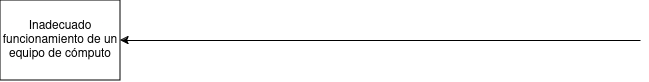
Before: college_files/state_of_art/pictures/diagrama.png, a diagram exported from draw.io (Lincunia/VME-manager). Source tidied: cells renumbered, new cells last; positions are measured from the earlier drawing's top-left corner, leaving out a move shared by most shapes. The source it was exported from:
```xml
<mxGraphModel>
  <root>
    <mxCell id="0" />
    <mxCell id="1" parent="0" />
    <mxCell id="2" value="Inadecuado funcionamiento de un equipo de cómputo" style="rounded=0;whiteSpace=wrap;html=1;" parent="1" vertex="1">
      <mxGeometry width="120" height="80" as="geometry" />
    </mxCell>
    <mxCell id="3" style="endArrow=classic;html=1;rounded=0;" parent="1" edge="1" target="2">
      <mxGeometry relative="1" as="geometry">
        <mxPoint x="640" y="40" as="sourcePoint" />
      </mxGeometry>
    </mxCell>
  </root>
</mxGraphModel>
```
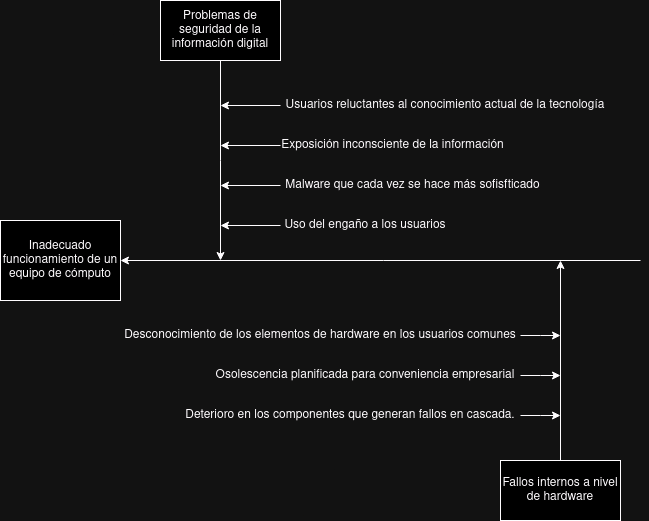
After the change.

Commit message:
finished diagram

What changed in the source:
```diff
@@ -5,10 +5,82 @@
     <mxCell id="2" value="Inadecuado funcionamiento de un equipo de cómputo" style="rounded=0;whiteSpace=wrap;html=1;" parent="1" vertex="1">
       <mxGeometry width="120" height="80" as="geometry" />
     </mxCell>
-    <mxCell id="3" style="endArrow=classic;html=1;rounded=0;" parent="1" edge="1" target="2">
-      <mxGeometry relative="1" as="geometry">
-        <mxPoint x="640" y="40" as="sourcePoint" />
-      </mxGeometry>
-    </mxCell>
+    <mxCell id="4" style="endArrow=classic;html=1;rounded=0;" parent="1" edge="1" target="2">
+      <mxGeometry relative="1" as="geometry">
+        <mxPoint x="640" y="40" as="sourcePoint" />
+      </mxGeometry>
+    </mxCell>
+    <mxCell id="5" style="edgeStyle=orthogonalEdgeStyle;rounded=0;jettySize=auto;html=1;" parent="1" edge="1" source="6">
+      <mxGeometry relative="1" as="geometry">
+        <mxPoint x="560" y="40" as="targetPoint" />
+      </mxGeometry>
+    </mxCell>
+    <mxCell id="6" value="Fallos internos a nivel de hardware" style="rounded=0;whiteSpace=wrap;html=1;" parent="1" vertex="1">
+      <mxGeometry x="500" y="240" width="120" height="60" as="geometry" />
+    </mxCell>
+    <mxCell id="7" style="edgeStyle=orthogonalEdgeStyle;rounded=0;jettySize=auto;html=1;" parent="1" edge="1" source="8">
+      <mxGeometry relative="1" as="geometry">
+        <mxPoint x="220" y="40" as="targetPoint" />
+      </mxGeometry>
+    </mxCell>
+    <mxCell id="8" value="Problemas de seguridad de la información digital" style="rounded=0;whiteSpace=wrap;html=1;" parent="1" vertex="1">
+      <mxGeometry x="160" y="-220" width="120" height="60" as="geometry" />
+    </mxCell>
+    <mxCell id="9" style="edgeStyle=orthogonalEdgeStyle;rounded=0;jettySize=auto;html=1;" parent="1" edge="1" source="10">
+      <mxGeometry relative="1" as="geometry">
+        <mxPoint x="220" y="-75" as="targetPoint" />
+      </mxGeometry>
+    </mxCell>
+    <mxCell id="10" value="Exposición inconsciente de la información" style="text;html=1;align=center;verticalAlign=middle;whiteSpace=wrap;rounded=0;" parent="1" vertex="1">
+      <mxGeometry x="280" y="-90" width="225" height="30" as="geometry" />
+    </mxCell>
+    <mxCell id="11" style="edgeStyle=orthogonalEdgeStyle;rounded=0;jettySize=auto;html=1;" parent="1" edge="1" source="12">
+      <mxGeometry relative="1" as="geometry">
+        <mxPoint x="220" y="-35" as="targetPoint" />
+      </mxGeometry>
+    </mxCell>
+    <mxCell id="12" value="Malware que cada vez se hace más sofisfticado" style="text;html=1;align=center;verticalAlign=middle;whiteSpace=wrap;rounded=0;" parent="1" vertex="1">
+      <mxGeometry x="280" y="-50" width="265" height="30" as="geometry" />
+    </mxCell>
+    <mxCell id="13" style="edgeStyle=orthogonalEdgeStyle;rounded=0;jettySize=auto;html=1;" parent="1" edge="1" source="14">
+      <mxGeometry relative="1" as="geometry">
+        <mxPoint x="220" y="5" as="targetPoint" />
+      </mxGeometry>
+    </mxCell>
+    <mxCell id="14" value="Uso del engaño a los usuarios" style="text;html=1;align=center;verticalAlign=middle;whiteSpace=wrap;rounded=0;" parent="1" vertex="1">
+      <mxGeometry x="280" y="-10" width="170" height="30" as="geometry" />
+    </mxCell>
+    <mxCell id="15" style="edgeStyle=orthogonalEdgeStyle;rounded=0;jettySize=auto;html=1;" parent="1" edge="1" source="16">
+      <mxGeometry relative="1" as="geometry">
+        <mxPoint x="220" y="-115" as="targetPoint" />
+      </mxGeometry>
+    </mxCell>
+    <mxCell id="16" value="Usuarios reluctantes al conocimiento actual de la tecnología" style="text;html=1;align=center;verticalAlign=middle;whiteSpace=wrap;rounded=0;" parent="1" vertex="1">
+      <mxGeometry x="280" y="-130" width="330" height="30" as="geometry" />
+    </mxCell>
+    <mxCell id="17" style="edgeStyle=orthogonalEdgeStyle;rounded=0;jettySize=auto;html=1;" parent="1" edge="1" source="18">
+      <mxGeometry relative="1" as="geometry">
+        <mxPoint x="560" y="115" as="targetPoint" />
+      </mxGeometry>
+    </mxCell>
+    <mxCell id="18" value="Desconocimiento de los elementos de hardware en los usuarios comunes" style="text;html=1;align=center;verticalAlign=middle;whiteSpace=wrap;rounded=0;" parent="1" vertex="1">
+      <mxGeometry x="120" y="100" width="400" height="30" as="geometry" />
+    </mxCell>
+    <mxCell id="19" style="edgeStyle=orthogonalEdgeStyle;rounded=0;jettySize=auto;html=1;" parent="1" edge="1" source="20">
+      <mxGeometry relative="1" as="geometry">
+        <mxPoint x="560" y="155" as="targetPoint" />
+      </mxGeometry>
+    </mxCell>
+    <mxCell id="20" value="Osolescencia planificada para conveniencia empresarial" style="text;html=1;align=center;verticalAlign=middle;whiteSpace=wrap;rounded=0;" parent="1" vertex="1">
+      <mxGeometry x="210" y="140" width="310" height="30" as="geometry" />
+    </mxCell>
+    <mxCell id="21" style="edgeStyle=orthogonalEdgeStyle;rounded=0;jettySize=auto;html=1;" parent="1" edge="1" source="22">
+      <mxGeometry relative="1" as="geometry">
+        <mxPoint x="560" y="195" as="targetPoint" />
+      </mxGeometry>
+    </mxCell>
+    <mxCell id="22" value="Deterioro en los componentes que generan fallos en cascada." style="text;html=1;align=center;verticalAlign=middle;whiteSpace=wrap;rounded=0;" parent="1" vertex="1">
+      <mxGeometry x="180" y="180" width="340" height="30" as="geometry" />
+    </mxCell>
   </root>
 </mxGraphModel>
```
